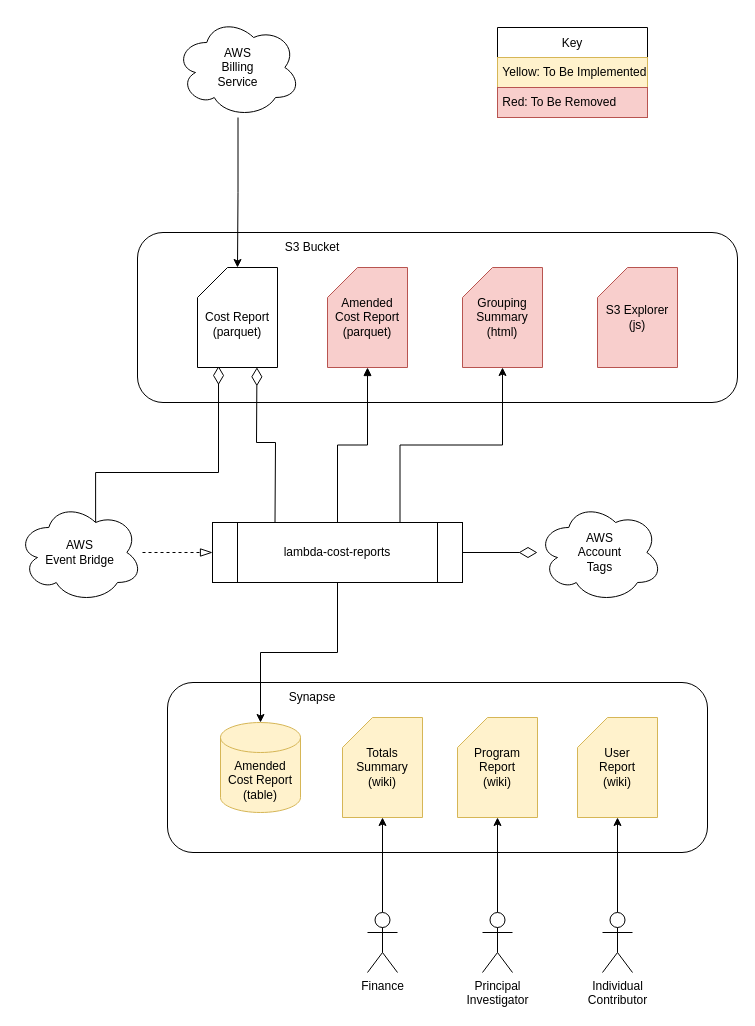
This is docs/CUR.drawio.xml from jesusaurus/lambda-cost-reports, a draw.io file, before an edit. Source tidied: cells renumbered, new cells numbered last; positions are measured from the earlier drawing's top-left corner, leaving out a move shared by most shapes. Both pictures are drawn from the tidied source at 100%, with x=0, y=0 at pixel (17, 17).
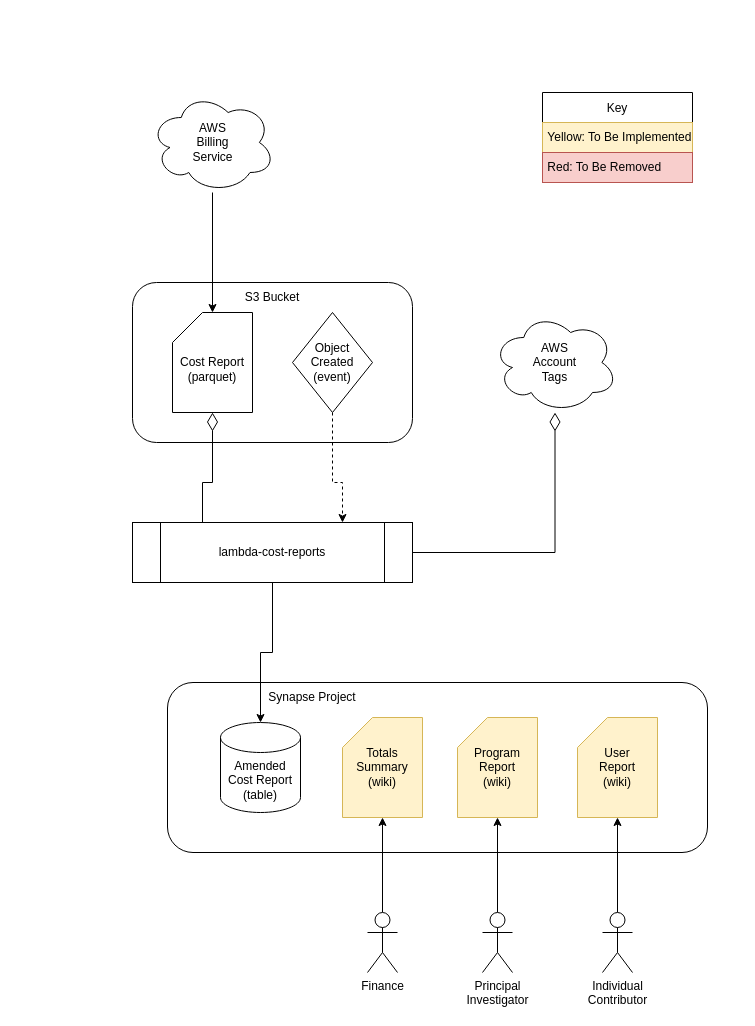
The same page after the edit.

Commit message (it also covers changes not shown here):
[IT-2124] Replace HTML summary with synapse wiki

Diff of the diagram source:
```diff
@@
+    <mxCell id="3" value="&lt;p style=&quot;&quot;&gt;&lt;br&gt;&lt;/p&gt;" style="rounded=1;whiteSpace=wrap;html=1;align=left;" parent="1" vertex="1">
+      <mxGeometry x="115" y="265" width="280" height="160" as="geometry" />
+    </mxCell>
@@
-    <mxCell id="3" value="&lt;p style=&quot;&quot;&gt;&lt;br&gt;&lt;/p&gt;" style="rounded=1;whiteSpace=wrap;html=1;align=left;" parent="1" vertex="1">
-      <mxGeometry x="120" y="215" width="600" height="170" as="geometry" />
-    </mxCell>
+    <mxCell id="35" style="edgeStyle=orthogonalEdgeStyle;rounded=0;jettySize=auto;html=1;entryX=0.75;entryY=0;entryDx=0;entryDy=0;dashed=1;exitX=0.5;exitY=1;exitDx=0;exitDy=0;" parent="1" edge="1" source="36" target="10">
+      <mxGeometry relative="1" as="geometry">
+        <Array as="points">
+          <mxPoint x="315" y="465" />
+          <mxPoint x="325" y="465" />
+        </Array>
+      </mxGeometry>
+    </mxCell>
@@
     <mxCell id="5" value="AWS&lt;br&gt;Billing&lt;br&gt;Service" style="ellipse;shape=cloud;whiteSpace=wrap;html=1;" parent="1" vertex="1">
-      <mxGeometry x="158" width="125" height="100" as="geometry" />
+      <mxGeometry x="132.5" y="75" width="125" height="100" as="geometry" />
     </mxCell>
     <mxCell id="6" value="&lt;br&gt;Cost Report&lt;br&gt;(parquet)" style="shape=card;whiteSpace=wrap;html=1;" parent="1" vertex="1">
-      <mxGeometry x="180" y="250" width="80" height="100" as="geometry" />
+      <mxGeometry x="155" y="295" width="80" height="100" as="geometry" />
     </mxCell>
-    <mxCell id="7" value="Grouping&lt;br&gt;Summary&lt;br&gt;(html)" style="shape=card;whiteSpace=wrap;html=1;fillColor=#f8cecc;strokeColor=#b85450;" parent="1" vertex="1">
-      <mxGeometry x="445" y="250" width="80" height="100" as="geometry" />
-    </mxCell>
@@
-    <mxCell id="9" style="edgeStyle=orthogonalEdgeStyle;rounded=0;jettySize=auto;html=1;entryX=0.5;entryY=1;entryDx=0;entryDy=0;entryPerimeter=0;exitX=0.75;exitY=0;exitDx=0;exitDy=0;" parent="1" edge="1" source="10" target="7">
-      <mxGeometry relative="1" as="geometry" />
-    </mxCell>
     <mxCell id="10" value="lambda-cost-reports" style="shape=process;whiteSpace=wrap;html=1;backgroundOutline=1;" parent="1" vertex="1">
-      <mxGeometry x="195" y="505" width="250" height="60" as="geometry" />
+      <mxGeometry x="115" y="505" width="280" height="60" as="geometry" />
     </mxCell>
@@
-    <mxCell id="12" style="endArrow=diamondThin;endFill=0;endSize=16;html=1;rounded=0;exitX=0.25;exitY=0;exitDx=0;exitDy=0;entryX=0.743;entryY=0.998;entryDx=0;entryDy=0;entryPerimeter=0;" parent="1" edge="1" source="10" target="6">
+    <mxCell id="12" style="endArrow=diamondThin;endFill=0;endSize=16;html=1;rounded=0;exitX=0.25;exitY=0;exitDx=0;exitDy=0;entryX=0.5;entryY=1;entryDx=0;entryDy=0;entryPerimeter=0;" parent="1" edge="1" source="10" target="6">
       <mxGeometry relative="1" as="geometry">
         <Array as="points">
-          <mxPoint x="258" y="425" />
-          <mxPoint x="239" y="425" />
+          <mxPoint x="185" y="465" />
+          <mxPoint x="195" y="465" />
         </Array>
       </mxGeometry>
     </mxCell>
     <mxCell id="13" value="Key" style="swimlane;fontStyle=0;horizontal=1;startSize=30;verticalAlign=middle;" parent="1" vertex="1">
-      <mxGeometry x="480" y="10" width="150" height="90" as="geometry" />
+      <mxGeometry x="525" y="75" width="150" height="90" as="geometry" />
     </mxCell>
@@
     <mxCell id="16" value="S3 Bucket" style="text;html=1;strokeColor=none;fillColor=none;align=center;verticalAlign=middle;whiteSpace=wrap;rounded=0;" parent="1" vertex="1">
-      <mxGeometry x="210" y="215" width="170" height="30" as="geometry" />
+      <mxGeometry x="170" y="265" width="170" height="30" as="geometry" />
     </mxCell>
-    <mxCell id="17" value="S3 Explorer&lt;br&gt;(js)" style="shape=card;whiteSpace=wrap;html=1;fillColor=#f8cecc;strokeColor=#b85450;" parent="1" vertex="1">
-      <mxGeometry x="580" y="250" width="80" height="100" as="geometry" />
-    </mxCell>
     <mxCell id="18" value="AWS&lt;br&gt;Account&lt;br&gt;Tags" style="ellipse;shape=cloud;whiteSpace=wrap;html=1;" parent="1" vertex="1">
-      <mxGeometry x="520" y="485" width="125" height="100" as="geometry" />
+      <mxGeometry x="475" y="295" width="125" height="100" as="geometry" />
     </mxCell>
-    <mxCell id="19" value="Amended&lt;br&gt;Cost Report&lt;br&gt;(parquet)" style="shape=card;whiteSpace=wrap;html=1;fillColor=#f8cecc;strokeColor=#b85450;" parent="1" vertex="1">
-      <mxGeometry x="310" y="250" width="80" height="100" as="geometry" />
-    </mxCell>
-    <mxCell id="20" style="edgeStyle=orthogonalEdgeStyle;rounded=0;jettySize=auto;html=1;entryX=0.5;entryY=1;entryDx=0;entryDy=0;entryPerimeter=0;exitX=0.5;exitY=0;exitDx=0;exitDy=0;endArrow=block;endFill=1;" parent="1" edge="1" source="10" target="19">
-      <mxGeometry relative="1" as="geometry" />
-    </mxCell>
-    <mxCell id="21" style="edgeStyle=orthogonalEdgeStyle;rounded=0;jettySize=auto;html=1;endArrow=diamondThin;endFill=0;endSize=16;entryX=0.263;entryY=0.985;entryDx=0;entryDy=0;entryPerimeter=0;exitX=0.625;exitY=0.2;exitDx=0;exitDy=0;exitPerimeter=0;" parent="1" edge="1" source="23" target="6">
-      <mxGeometry relative="1" as="geometry">
-        <Array as="points">
-          <mxPoint x="78" y="455" />
-          <mxPoint x="201" y="455" />
-        </Array>
-      </mxGeometry>
-    </mxCell>
-    <mxCell id="22" style="edgeStyle=orthogonalEdgeStyle;rounded=0;jettySize=auto;html=1;endArrow=blockThin;endFill=0;endSize=10;dashed=1;" parent="1" edge="1" source="23" target="10">
-      <mxGeometry relative="1" as="geometry" />
-    </mxCell>
-    <mxCell id="23" value="AWS&lt;br&gt;Event Bridge" style="ellipse;shape=cloud;whiteSpace=wrap;html=1;" parent="1" vertex="1">
-      <mxGeometry y="485" width="125" height="100" as="geometry" />
-    </mxCell>
-    <mxCell id="24" value="Synapse" style="text;html=1;strokeColor=none;fillColor=none;align=center;verticalAlign=middle;whiteSpace=wrap;rounded=0;" parent="1" vertex="1">
+    <mxCell id="24" value="Synapse Project" style="text;html=1;strokeColor=none;fillColor=none;align=center;verticalAlign=middle;whiteSpace=wrap;rounded=0;" parent="1" vertex="1">
       <mxGeometry x="250" y="665" width="90" height="30" as="geometry" />
     </mxCell>
-    <mxCell id="25" value="Amended&lt;br&gt;Cost Report&lt;br&gt;(table)" style="shape=cylinder3;whiteSpace=wrap;html=1;boundedLbl=1;backgroundOutline=1;size=15;fillColor=#fff2cc;strokeColor=#d6b656;" parent="1" vertex="1">
+    <mxCell id="25" value="Amended&lt;br&gt;Cost Report&lt;br&gt;(table)" style="shape=cylinder3;whiteSpace=wrap;html=1;boundedLbl=1;backgroundOutline=1;size=15;" parent="1" vertex="1">
       <mxGeometry x="203" y="705" width="80" height="90" as="geometry" />
     </mxCell>
@@
+    <mxCell id="36" value="Object&lt;br&gt;Created&lt;br&gt;(event)" style="rhombus;whiteSpace=wrap;html=1;" parent="1" vertex="1">
+      <mxGeometry x="275" y="295" width="80" height="100" as="geometry" />
+    </mxCell>
```
